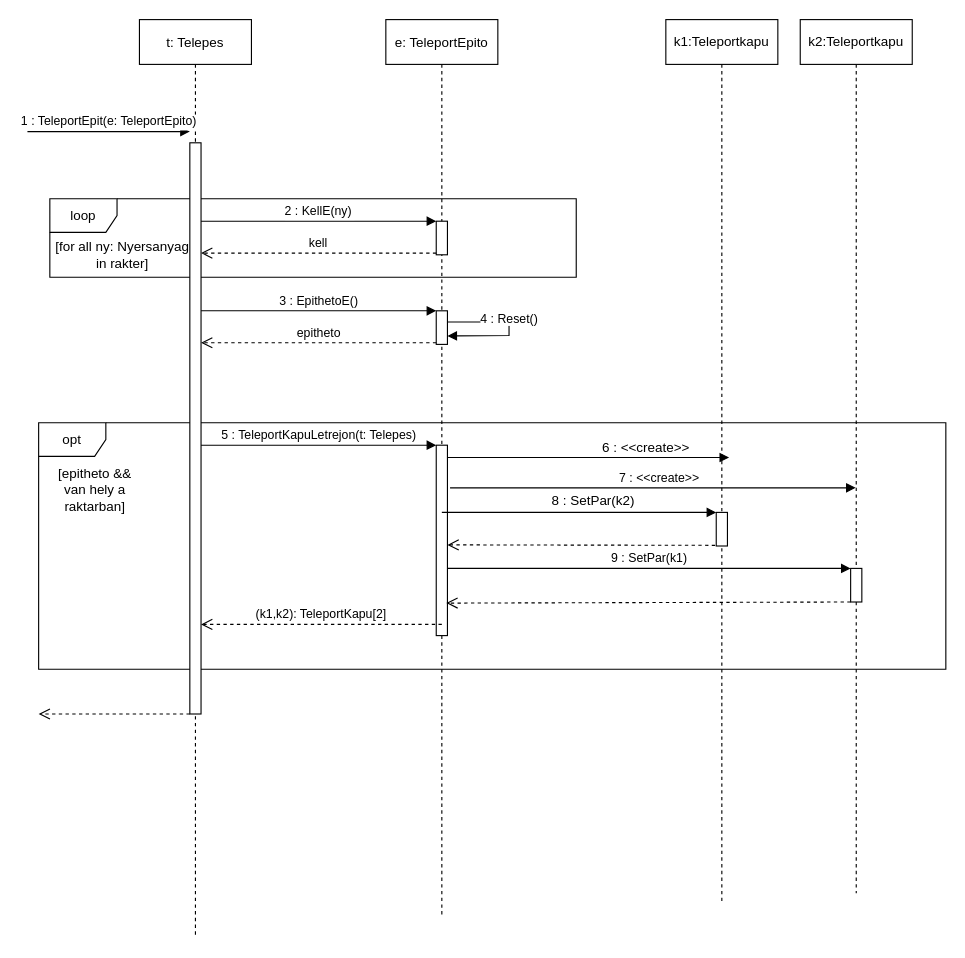
Earlier version of the draw.io diagram page "Page-1" (1 of 2) of doc/uml/szekvencia_teleportEpit.drawio (torpeBoiGo/aszteroidabanyaszat). Source tidied: cells renumbered, new cells numbered last; positions are measured from the earlier drawing's top-left corner, leaving out a move shared by most shapes. Both pictures are drawn from the tidied source at 112%, with x=0, y=0 at pixel (27, 19).
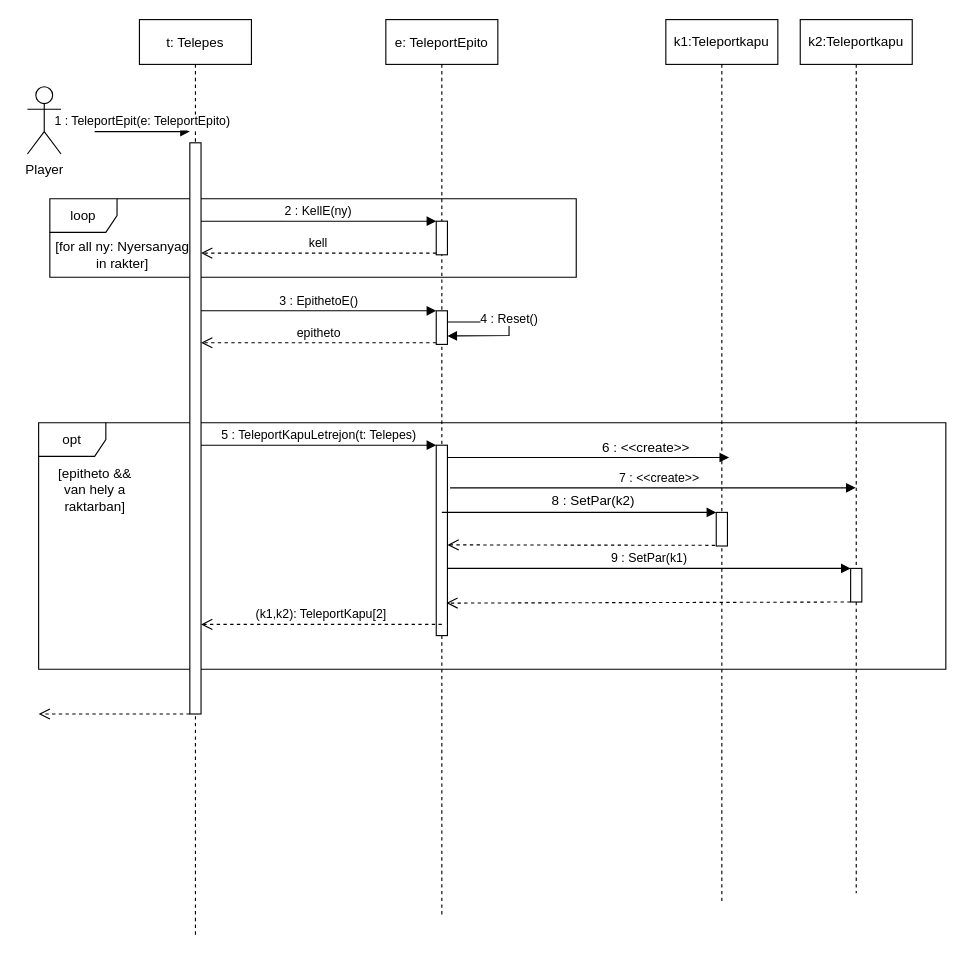
After the change.

Change to the diagram source:
```diff
@@
     <mxCell id="16" value="1 : TeleportEpit(e: TeleportEpito)" style="verticalAlign=bottom;startArrow=none;endArrow=block;startSize=8;shadow=0;strokeWidth=1;startFill=0;" parent="1" edge="1">
       <mxGeometry relative="1" as="geometry">
-        <mxPoint y="100" as="sourcePoint" />
+        <mxPoint x="60" y="100" as="sourcePoint" />
         <mxPoint x="145" y="100" as="targetPoint" />
       </mxGeometry>
     </mxCell>
@@
+    <mxCell id="33" value="Player" style="shape=umlActor;verticalLabelPosition=bottom;verticalAlign=top;html=1;" parent="1" vertex="1">
+      <mxGeometry y="60" width="30" height="60" as="geometry" />
+    </mxCell>
```
